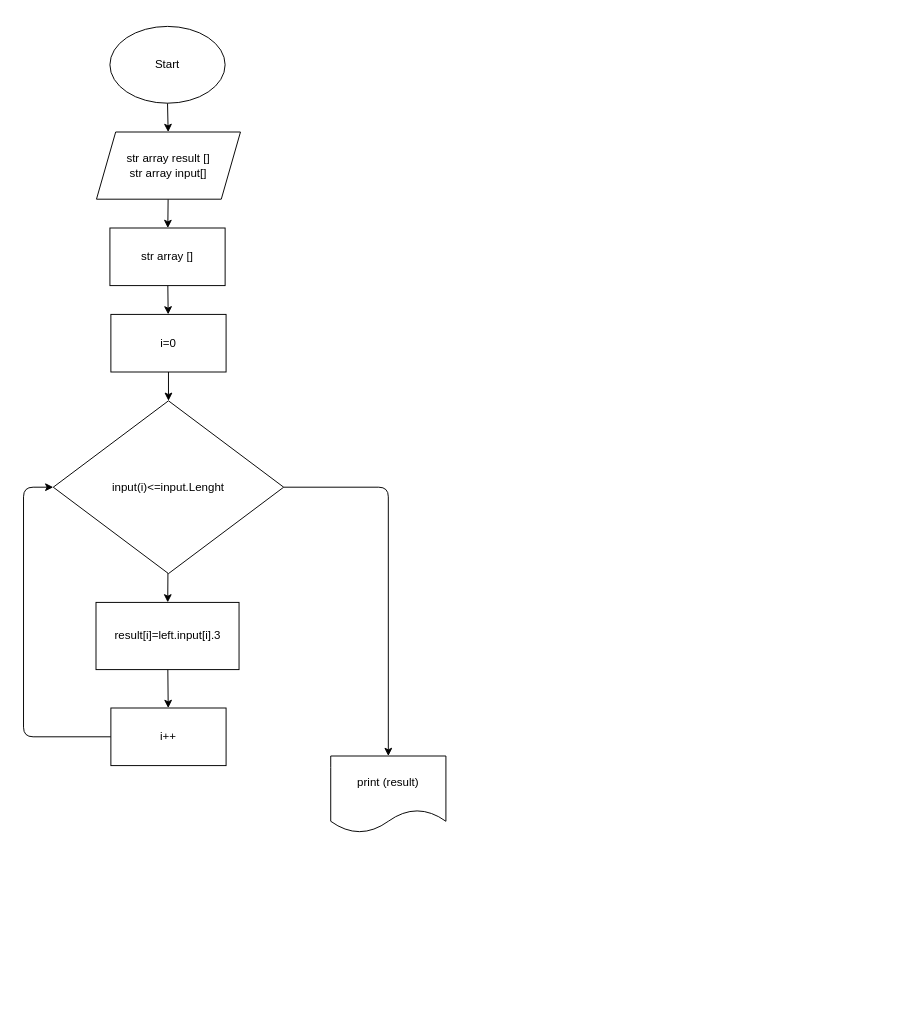
Before: diagram.drawio in Kinsee/ControlTask1, a draw.io diagram. Source tidied: cells renumbered, new cells numbered last; positions are measured from the earlier drawing's top-left corner, leaving out a move shared by most shapes. Both pictures are drawn from the tidied source at 96%, with x=0, y=0 at pixel (23, 26).
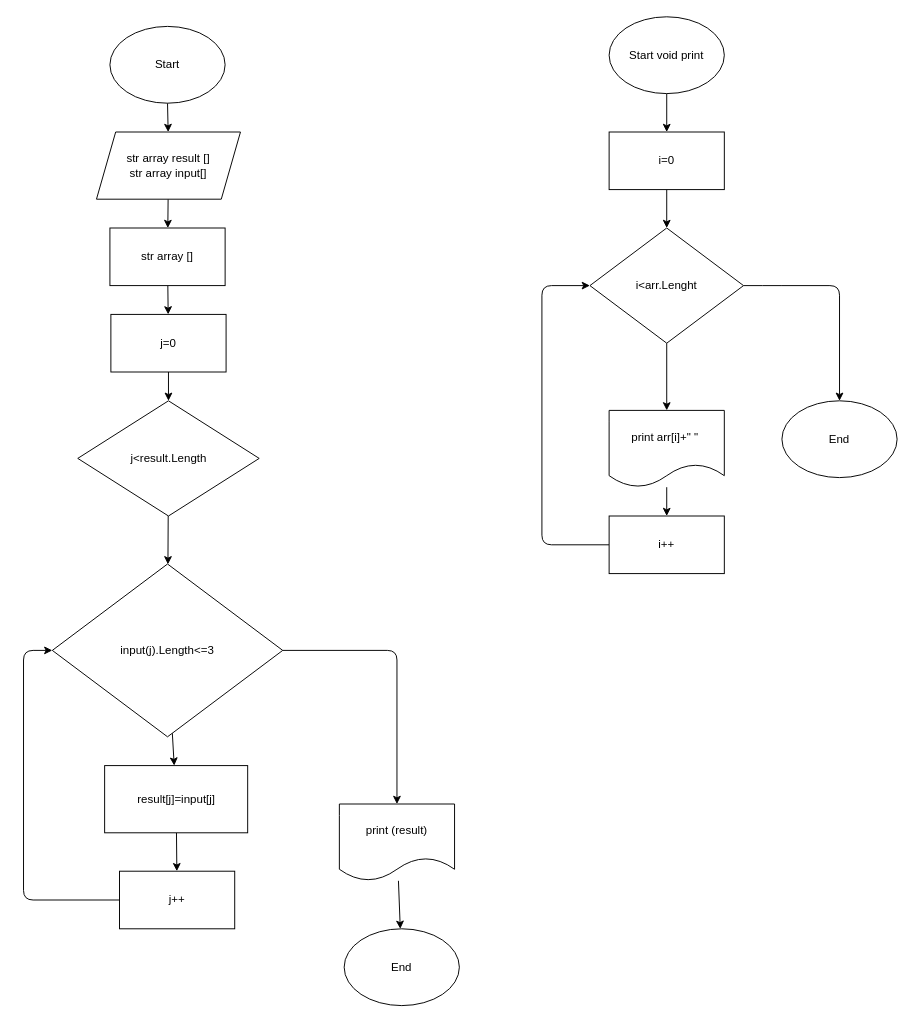
The same page after the edit.

Commit message:
исправила ошибки в диаграмме

Change to the diagram source:
```diff
@@
+    <mxCell id="18" style="edgeStyle=none;html=1;" parent="1" edge="1" source="4" target="34">
+      <mxGeometry relative="1" as="geometry" />
+    </mxCell>
     <mxCell id="4" value="print (result)" style="shape=document;whiteSpace=wrap;html=1;boundedLbl=1;" parent="1" vertex="1">
-      <mxGeometry x="320" y="760" width="120" height="80" as="geometry" />
+      <mxGeometry x="329" y="810" width="120" height="80" as="geometry" />
     </mxCell>
@@
-    <mxCell id="9" style="edgeStyle=none;html=1;" parent="1" edge="1" source="10" target="13">
-      <mxGeometry relative="1" as="geometry" />
-    </mxCell>
+    <mxCell id="19" style="edgeStyle=none;html=1;" parent="1" edge="1" source="10" target="33">
+      <mxGeometry relative="1" as="geometry" />
+    </mxCell>
-    <mxCell id="10" value="i=0" style="rounded=0;whiteSpace=wrap;html=1;" parent="1" vertex="1">
+    <mxCell id="10" value="j=0" style="rounded=0;whiteSpace=wrap;html=1;" parent="1" vertex="1">
       <mxGeometry x="91" y="300" width="120" height="60" as="geometry" />
     </mxCell>
@@
     <mxCell id="12" style="edgeStyle=none;html=1;entryX=0.5;entryY=0;entryDx=0;entryDy=0;" parent="1" edge="1" source="13" target="4">
       <mxGeometry relative="1" as="geometry">
         <Array as="points">
-          <mxPoint x="380" y="480" />
+          <mxPoint x="389" y="650" />
         </Array>
       </mxGeometry>
     </mxCell>
-    <mxCell id="13" value="input(i)&amp;lt;=input.Lenght" style="rhombus;whiteSpace=wrap;html=1;" parent="1" vertex="1">
-      <mxGeometry x="31" y="390" width="240" height="180" as="geometry" />
+    <mxCell id="13" value="input(j).Length&amp;lt;=3" style="rhombus;whiteSpace=wrap;html=1;" parent="1" vertex="1">
+      <mxGeometry x="30" y="560" width="240" height="180" as="geometry" />
     </mxCell>
@@
-    <mxCell id="15" value="result[i]=left.input[i].3" style="rounded=0;whiteSpace=wrap;html=1;" parent="1" vertex="1">
-      <mxGeometry x="75.5" y="600" width="149" height="70" as="geometry" />
+    <mxCell id="15" value="result[j]=input[j]" style="rounded=0;whiteSpace=wrap;html=1;" parent="1" vertex="1">
+      <mxGeometry x="84.5" y="770" width="149" height="70" as="geometry" />
     </mxCell>
     <mxCell id="16" style="edgeStyle=none;html=1;entryX=0;entryY=0.5;entryDx=0;entryDy=0;" parent="1" edge="1" source="17" target="13">
       <mxGeometry relative="1" as="geometry">
         <Array as="points">
-          <mxPoint y="740" />
-          <mxPoint y="480" />
+          <mxPoint y="910" />
+          <mxPoint y="650" />
         </Array>
       </mxGeometry>
     </mxCell>
-    <mxCell id="17" value="i++" style="rounded=0;whiteSpace=wrap;html=1;" parent="1" vertex="1">
-      <mxGeometry x="91" y="710" width="120" height="60" as="geometry" />
+    <mxCell id="17" value="j++" style="rounded=0;whiteSpace=wrap;html=1;" parent="1" vertex="1">
+      <mxGeometry x="100" y="880" width="120" height="60" as="geometry" />
     </mxCell>
+    <mxCell id="20" style="edgeStyle=none;html=1;" parent="1" edge="1" source="21" target="28">
+      <mxGeometry relative="1" as="geometry" />
+    </mxCell>
+    <mxCell id="21" value="Start void print" style="ellipse;whiteSpace=wrap;html=1;" parent="1" vertex="1">
+      <mxGeometry x="610" y="-10" width="120" height="80" as="geometry" />
+    </mxCell>
+    <mxCell id="22" style="edgeStyle=none;html=1;" parent="1" edge="1" source="23" target="30">
+      <mxGeometry relative="1" as="geometry" />
+    </mxCell>
+    <mxCell id="23" value="print arr[i]+&quot; &quot;&amp;nbsp;" style="shape=document;whiteSpace=wrap;html=1;boundedLbl=1;" parent="1" vertex="1">
+      <mxGeometry x="610" y="400" width="120" height="80" as="geometry" />
+    </mxCell>
+    <mxCell id="24" style="edgeStyle=none;html=1;" parent="1" edge="1" source="26" target="23">
+      <mxGeometry relative="1" as="geometry" />
+    </mxCell>
+    <mxCell id="25" style="edgeStyle=none;html=1;" parent="1" edge="1" source="26" target="31">
+      <mxGeometry relative="1" as="geometry">
+        <Array as="points">
+          <mxPoint x="780" y="270" />
+          <mxPoint x="850" y="270" />
+        </Array>
+      </mxGeometry>
+    </mxCell>
+    <mxCell id="26" value="i&amp;lt;arr.Lenght" style="rhombus;whiteSpace=wrap;html=1;" parent="1" vertex="1">
+      <mxGeometry x="590" y="210" width="160" height="120" as="geometry" />
+    </mxCell>
+    <mxCell id="27" style="edgeStyle=none;html=1;" parent="1" edge="1" source="28" target="26">
+      <mxGeometry relative="1" as="geometry" />
+    </mxCell>
+    <mxCell id="28" value="i=0" style="rounded=0;whiteSpace=wrap;html=1;" parent="1" vertex="1">
+      <mxGeometry x="610" y="110" width="120" height="60" as="geometry" />
+    </mxCell>
+    <mxCell id="29" style="edgeStyle=none;html=1;entryX=0;entryY=0.5;entryDx=0;entryDy=0;" parent="1" edge="1" source="30" target="26">
+      <mxGeometry relative="1" as="geometry">
+        <Array as="points">
+          <mxPoint x="540" y="540" />
+          <mxPoint x="540" y="270" />
+        </Array>
+      </mxGeometry>
+    </mxCell>
+    <mxCell id="30" value="i++" style="rounded=0;whiteSpace=wrap;html=1;" parent="1" vertex="1">
+      <mxGeometry x="610" y="510" width="120" height="60" as="geometry" />
+    </mxCell>
+    <mxCell id="31" value="End" style="ellipse;whiteSpace=wrap;html=1;" parent="1" vertex="1">
+      <mxGeometry x="790" y="390" width="120" height="80" as="geometry" />
+    </mxCell>
+    <mxCell id="32" style="edgeStyle=none;html=1;" parent="1" edge="1" source="33" target="13">
+      <mxGeometry relative="1" as="geometry" />
+    </mxCell>
+    <mxCell id="33" value="j&amp;lt;result.Length" style="rhombus;whiteSpace=wrap;html=1;" parent="1" vertex="1">
+      <mxGeometry x="56.5" y="390" width="189" height="120" as="geometry" />
+    </mxCell>
+    <mxCell id="34" value="End" style="ellipse;whiteSpace=wrap;html=1;" parent="1" vertex="1">
+      <mxGeometry x="334" y="940" width="120" height="80" as="geometry" />
+    </mxCell>
```
